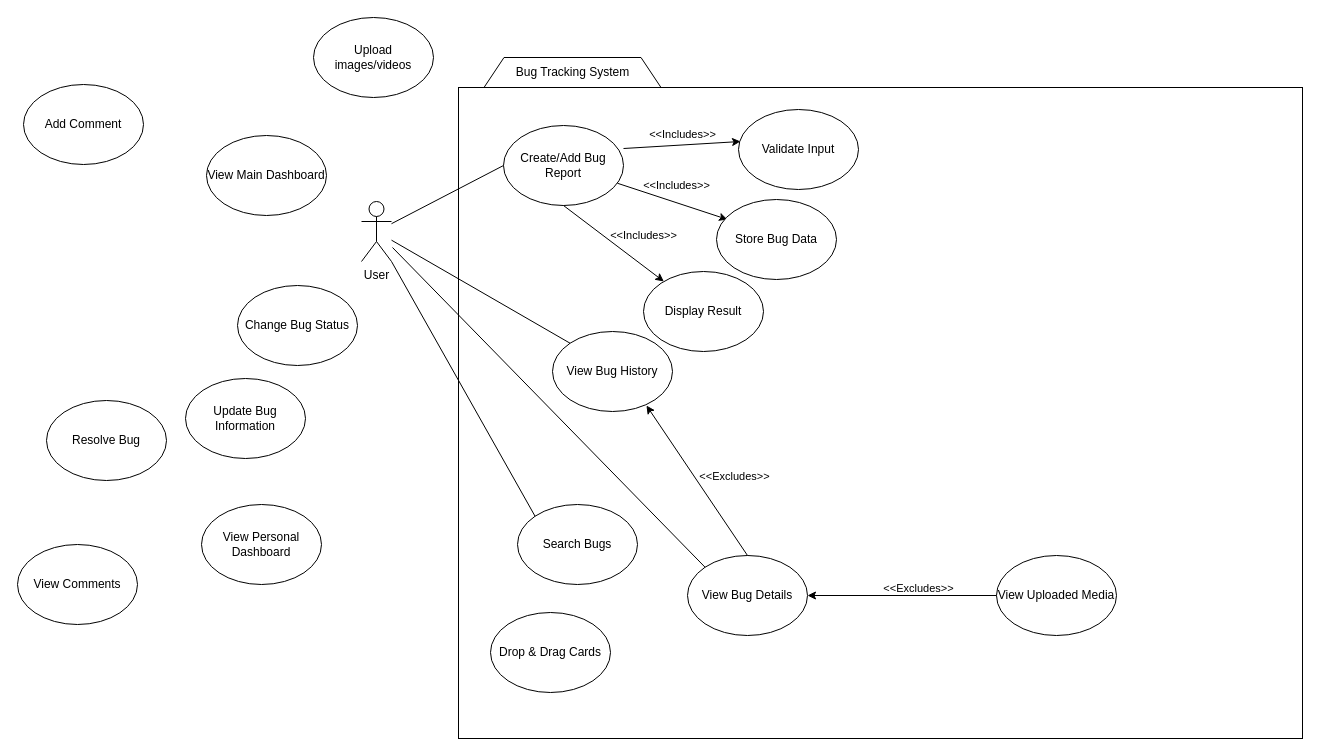
This is UML-Diagrams/Use-Case-Diagram.drawio from ConradCJM/Bug-Terra, a draw.io file, before an edit. Source tidied: cells renumbered, new cells numbered last; positions are measured from the earlier drawing's top-left corner, leaving out a move shared by most shapes. Both pictures are drawn from the tidied source at 100%, with x=0, y=0 at pixel (17, 17).
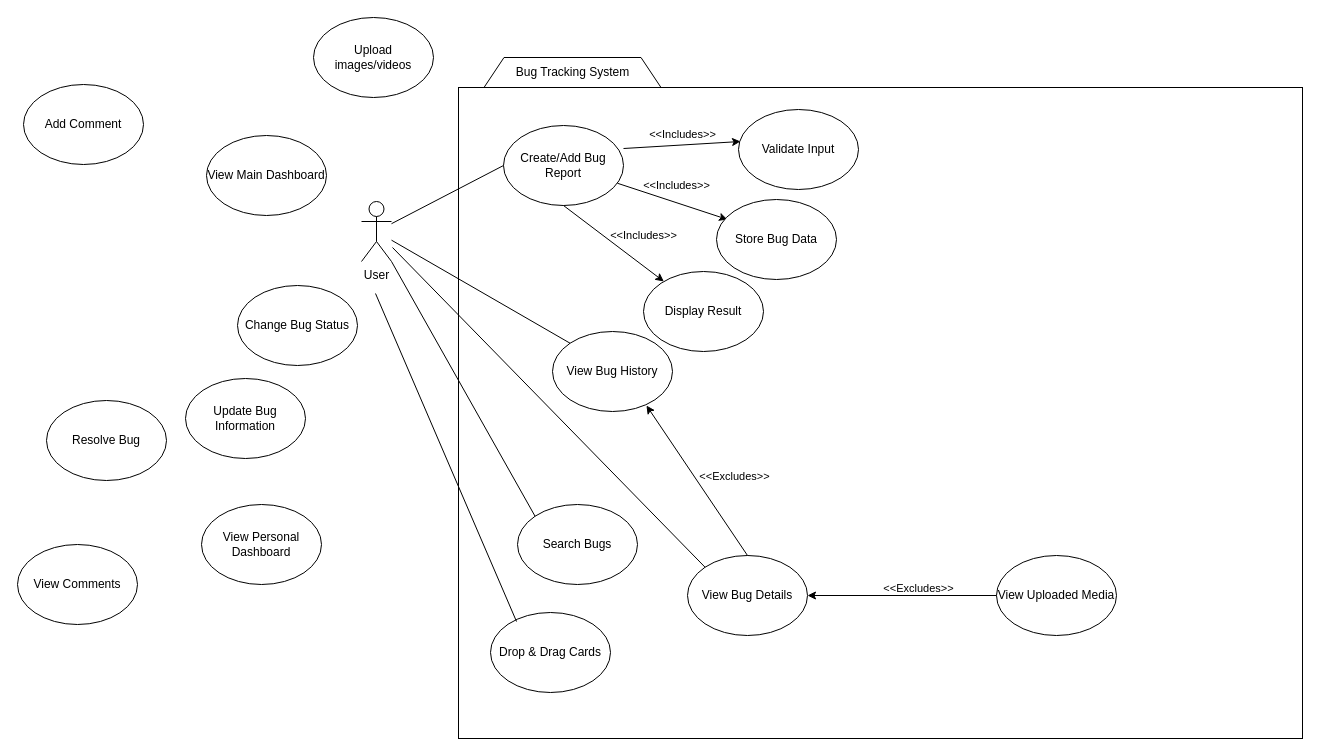
The same diagram, later.

Unchanged cells that the change refers to:
```xml
<mxCell id="26" value="Drop &amp;amp; Drag Cards" style="ellipse;whiteSpace=wrap;html=1;" parent="1" vertex="1">
  <mxGeometry x="473" y="595" width="120" height="80" as="geometry" />
</mxCell>
```

The edit, as a diff of the source:
```diff
@@
+    <mxCell id="36" style="endArrow=none;html=1;rounded=0;entryX=0.217;entryY=0.113;entryDx=0;entryDy=0;entryPerimeter=0;" parent="1" edge="1" target="26">
+      <mxGeometry relative="1" as="geometry">
+        <mxPoint x="358" y="276" as="sourcePoint" />
+      </mxGeometry>
+    </mxCell>
```
